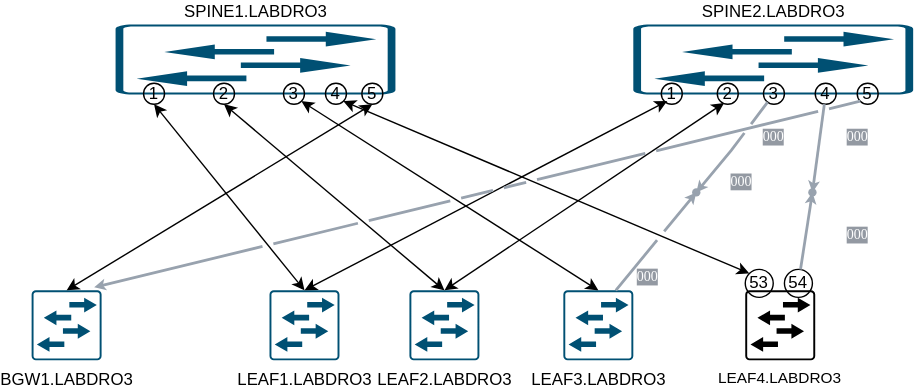
The draw.io diagram distri_lab.svg in thedenman/flow, before a commit. Source tidied: cells renumbered, new cells last; positions are measured from the earlier drawing's top-left corner, leaving out a move shared by most shapes.
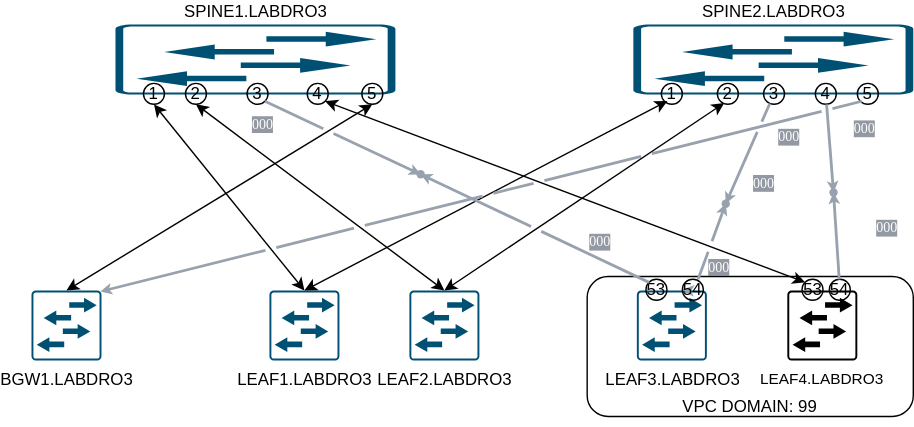
Later version of the same file.

Diff of the diagram source:
```diff
@@ -2,9 +2,9 @@
   <root>
     <mxCell id="0" />
     <mxCell id="1" parent="0" />
-    <mxCell id="2" value="BGW1.LABDRO3" style="sketch=0;points=[[0.015,0.015,0],[0.985,0.015,0],[0.985,0.985,0],[0.015,0.985,0],[0.25,0,0],[0.5,0,0],[0.75,0,0],[1,0.25,0],[1,0.5,0],[1,0.75,0],[0.75,1,0],[0.5,1,0],[0.25,1,0],[0,0.75,0],[0,0.5,0],[0,0.25,0]];verticalLabelPosition=bottom;html=1;verticalAlign=top;align=center;shape=mxgraph.cisco19.rect;prIcon=l2_switch;fillColor=none;strokeColor=#005073;" parent="1" vertex="1">
-      <mxGeometry y="190" width="50" height="50" as="geometry" />
-    </mxCell>
+    <mxCell id="35" style="rounded=1;whiteSpace=wrap;html=1;" parent="1" vertex="1">
+      <mxGeometry x="397" y="180" width="233" height="100" as="geometry" />
+    </mxCell>
     <mxCell id="3" value="LEAF1.LABDRO3" style="sketch=0;points=[[0.015,0.015,0],[0.985,0.015,0],[0.985,0.985,0],[0.015,0.985,0],[0.25,0,0],[0.5,0,0],[0.75,0,0],[1,0.25,0],[1,0.5,0],[1,0.75,0],[0.75,1,0],[0.5,1,0],[0.25,1,0],[0,0.75,0],[0,0.5,0],[0,0.25,0]];verticalLabelPosition=bottom;html=1;verticalAlign=top;align=center;shape=mxgraph.cisco19.rect;prIcon=l2_switch;fillColor=none;strokeColor=#005073;" parent="1" vertex="1">
       <mxGeometry x="170" y="190" width="50" height="50" as="geometry" />
     </mxCell>
@@ -17,11 +17,11 @@
       <mxGeometry x="270" y="190" width="50" height="50" as="geometry" />
     </mxCell>
     <mxCell id="6" value="LEAF3.LABDRO3" style="sketch=0;points=[[0.015,0.015,0],[0.985,0.015,0],[0.985,0.985,0],[0.015,0.985,0],[0.25,0,0],[0.5,0,0],[0.75,0,0],[1,0.25,0],[1,0.5,0],[1,0.75,0],[0.75,1,0],[0.5,1,0],[0.25,1,0],[0,0.75,0],[0,0.5,0],[0,0.25,0]];verticalLabelPosition=bottom;html=1;verticalAlign=top;align=center;shape=mxgraph.cisco19.rect;prIcon=l2_switch;fillColor=none;strokeColor=#005073;" parent="1" vertex="1">
-      <mxGeometry x="380" y="190" width="50" height="50" as="geometry" />
+      <mxGeometry x="432.5" y="190" width="50" height="50" as="geometry" />
     </mxCell>
     <object id="7" label="&lt;font style=&quot;font-size: 11px;&quot;&gt;LEAF4.LABDRO3&lt;/font&gt;" placeholders="1">
       <mxCell style="verticalLabelPosition=bottom;html=1;verticalAlign=top;align=center;shape=mxgraph.cisco19.rect;prIcon=l2_switch;fillColor=default;strokeColor=default;whiteSpace=wrap;fillStyle=auto;labelPosition=center;fontSize=8;shadow=0;" parent="1" vertex="1">
-        <mxGeometry x="510" y="190" width="50" height="50" as="geometry" />
+        <mxGeometry x="540" y="190" width="50" height="50" as="geometry" />
       </mxCell>
     </object>
     <mxCell id="8" style="endArrow=classic;startArrow=classic;html=1;rounded=0;exitX=0.5;exitY=0;exitDx=0;exitDy=0;exitPerimeter=0;entryX=0.5;entryY=1;entryDx=0;entryDy=0;" parent="1" edge="1" source="3" target="30">
@@ -33,9 +33,6 @@
     <mxCell id="10" style="endArrow=classic;startArrow=classic;html=1;rounded=0;exitX=0.5;exitY=0;exitDx=0;exitDy=0;exitPerimeter=0;entryX=0.5;entryY=1;entryDx=0;entryDy=0;" parent="1" edge="1" source="2" target="27">
       <mxGeometry relative="1" as="geometry" />
     </mxCell>
-    <mxCell id="11" style="endArrow=classic;startArrow=classic;html=1;rounded=0;exitX=0.5;exitY=0;exitDx=0;exitDy=0;exitPerimeter=0;entryX=1;entryY=1;entryDx=0;entryDy=0;" parent="1" edge="1" source="6" target="28">
-      <mxGeometry relative="1" as="geometry" />
-    </mxCell>
     <mxCell id="12" style="endArrow=classic;startArrow=classic;html=1;rounded=0;exitX=0.5;exitY=0;exitDx=0;exitDy=0;exitPerimeter=0;entryX=0.285;entryY=0.844;entryDx=0;entryDy=0;entryPerimeter=0;" parent="1" edge="1" source="3" target="25">
       <mxGeometry relative="1" as="geometry" />
     </mxCell>
@@ -43,13 +40,13 @@
       <mxGeometry relative="1" as="geometry" />
     </mxCell>
     <mxCell id="14" value="54" style="ellipse;whiteSpace=wrap;html=1;fillColor=none;strokeColor=default;" parent="1" vertex="1">
-      <mxGeometry x="538" y="175" width="20" height="20" as="geometry" />
+      <mxGeometry x="570" y="182" width="15" height="15" as="geometry" />
     </mxCell>
     <mxCell id="15" value="SPINE2.LABDRO3" style="sketch=0;verticalLabelPosition=top;html=1;verticalAlign=bottom;align=center;shape=mxgraph.cisco19.rect;prIcon=l2_switch;fillColor=none;strokeColor=#005073;labelPosition=center;" parent="1" vertex="1">
       <mxGeometry x="430" width="200" height="50" as="geometry" />
     </mxCell>
     <mxCell id="16" value="53" style="ellipse;whiteSpace=wrap;html=1;fillColor=none;strokeColor=default;" parent="1" vertex="1">
-      <mxGeometry x="510" y="175" width="20" height="20" as="geometry" />
+      <mxGeometry x="550.5" y="182" width="15" height="15" as="geometry" />
     </mxCell>
     <mxCell id="17" style="endArrow=classic;html=1;rounded=0;entryX=0;entryY=0;entryDx=0;entryDy=0;exitX=1;exitY=1;exitDx=0;exitDy=0;endFill=1;startArrow=classic;startFill=1;" parent="1" edge="1" source="19" target="16">
       <mxGeometry relative="1" as="geometry" />
@@ -58,7 +55,7 @@
       <mxGeometry x="560" y="42" width="15" height="15" as="geometry" />
     </mxCell>
     <mxCell id="19" value="4" style="ellipse;whiteSpace=wrap;html=1;fillColor=none;strokeColor=default;" parent="1" vertex="1">
-      <mxGeometry x="210" y="42" width="15" height="15" as="geometry" />
+      <mxGeometry x="197" y="42" width="15" height="15" as="geometry" />
     </mxCell>
     <mxCell id="20" value="000" style="rounded=0;html=1;startSize=6;endArrow=classic;endFill=1;endSize=2;fontSize=10;strokeColor=#98A2AE;fontColor=#FFFFFF;textOpacity=60;labelBackgroundColor=#4D5766;jumpStyle=gap;strokeWidth=2;fontFamily=Google Sans;fontSource=https%3A%2F%2Ffonts.googleapis.com%2Fcss%3Ffamily%3DGoogle%2BSans;" parent="1" edge="1" source="18" target="22">
       <mxGeometry x="-0.38" y="26" relative="1" as="geometry" />
@@ -67,7 +64,7 @@
       <mxGeometry x="0.11" y="-36" relative="1" as="geometry" />
     </mxCell>
     <mxCell id="22" style="shape=waypoint;sketch=0;fillStyle=solid;size=6;points=[];fillColor=none;perimeter=centerPerimeter;snapToPoint=1;strokeColor=#98A2AE;" parent="1" vertex="1">
-      <mxGeometry x="548" y="110" width="20" height="20" as="geometry" />
+      <mxGeometry x="563" y="110" width="20" height="20" as="geometry" />
     </mxCell>
     <mxCell id="23" value="3" style="ellipse;whiteSpace=wrap;html=1;fillColor=none;strokeColor=default;" parent="1" vertex="1">
       <mxGeometry x="523" y="42" width="15" height="15" as="geometry" />
@@ -85,29 +82,51 @@
       <mxGeometry x="236" y="42" width="15" height="15" as="geometry" />
     </mxCell>
     <mxCell id="28" value="3" style="ellipse;whiteSpace=wrap;html=1;fillColor=none;strokeColor=default;" parent="1" vertex="1">
-      <mxGeometry x="180" y="42" width="15" height="15" as="geometry" />
+      <mxGeometry x="154" y="42" width="15" height="15" as="geometry" />
     </mxCell>
     <mxCell id="29" value="2" style="ellipse;whiteSpace=wrap;html=1;fillColor=none;strokeColor=default;" parent="1" vertex="1">
-      <mxGeometry x="130" y="42" width="15" height="15" as="geometry" />
+      <mxGeometry x="110" y="42" width="15" height="15" as="geometry" />
     </mxCell>
     <mxCell id="30" value="1" style="ellipse;whiteSpace=wrap;html=1;fillColor=none;strokeColor=default;" parent="1" vertex="1">
       <mxGeometry x="80" y="42" width="15" height="15" as="geometry" />
     </mxCell>
-    <mxCell id="31" value="000" style="rounded=0;html=1;startSize=6;endArrow=classic;endFill=1;endSize=2;fontSize=10;strokeColor=#98A2AE;fontColor=#FFFFFF;textOpacity=60;labelBackgroundColor=#4D5766;jumpStyle=gap;strokeWidth=2;fontFamily=Google Sans;fontSource=https%3A%2F%2Ffonts.googleapis.com%2Fcss%3Ffamily%3DGoogle%2BSans;exitX=0;exitY=1;exitDx=0;exitDy=0;entryX=0.894;entryY=-0.043;entryDx=0;entryDy=0;entryPerimeter=0;" parent="1" edge="1" source="26" target="2">
-      <mxGeometry x="-0.76" y="10" relative="1" as="geometry" />
+    <mxCell id="31" value="000" style="rounded=0;html=1;startSize=6;endArrow=classic;endFill=1;endSize=2;fontSize=10;strokeColor=#98A2AE;fontColor=#FFFFFF;textOpacity=60;labelBackgroundColor=#4D5766;jumpStyle=gap;strokeWidth=2;fontFamily=Google Sans;fontSource=https%3A%2F%2Ffonts.googleapis.com%2Fcss%3Ffamily%3DGoogle%2BSans;exitX=0;exitY=1;exitDx=0;exitDy=0;entryX=0.985;entryY=0.015;entryDx=0;entryDy=0;entryPerimeter=0;" parent="1" edge="1" target="2">
+      <mxGeometry x="-0.8" y="12" relative="1" as="geometry">
+        <mxPoint x="593.2" y="54.8" as="sourcePoint" />
+      </mxGeometry>
     </mxCell>
     <mxCell id="32" value="000" style="rounded=0;html=1;startSize=6;endArrow=classic;endFill=1;endSize=2;fontSize=10;strokeColor=#98A2AE;fontColor=#FFFFFF;textOpacity=60;labelBackgroundColor=#4D5766;jumpStyle=gap;strokeWidth=2;fontFamily=Google Sans;fontSource=https%3A%2F%2Ffonts.googleapis.com%2Fcss%3Ffamily%3DGoogle%2BSans;entryX=0.3;entryY=0.55;entryDx=0;entryDy=0;entryPerimeter=0;" parent="1" edge="1" source="23" target="33">
-      <mxGeometry x="0.35" y="19" relative="1" as="geometry">
-        <Array as="points">
-          <mxPoint x="500" y="90" />
-        </Array>
-      </mxGeometry>
+      <mxGeometry x="0.35" y="19" relative="1" as="geometry" />
     </mxCell>
     <mxCell id="33" style="shape=waypoint;sketch=0;fillStyle=solid;size=6;points=[];fillColor=none;perimeter=centerPerimeter;snapToPoint=1;strokeColor=#98A2AE;" parent="1" vertex="1">
-      <mxGeometry x="465" y="110" width="20" height="20" as="geometry" />
+      <mxGeometry x="486" y="118" width="20" height="20" as="geometry" />
     </mxCell>
-    <mxCell id="34" value="000" style="rounded=0;html=1;startSize=6;endArrow=classic;endFill=1;endSize=2;fontSize=10;strokeColor=#98A2AE;fontColor=#FFFFFF;textOpacity=60;labelBackgroundColor=#4D5766;jumpStyle=gap;strokeWidth=2;fontFamily=Google Sans;fontSource=https%3A%2F%2Ffonts.googleapis.com%2Fcss%3Ffamily%3DGoogle%2BSans;exitX=0.75;exitY=0;exitDx=0;exitDy=0;exitPerimeter=0;" parent="1" edge="1" source="6" target="33">
+    <mxCell id="34" value="000" style="rounded=0;html=1;startSize=6;endArrow=classic;endFill=1;endSize=2;fontSize=10;strokeColor=#98A2AE;fontColor=#FFFFFF;textOpacity=60;labelBackgroundColor=#4D5766;jumpStyle=gap;strokeWidth=2;fontFamily=Google Sans;fontSource=https%3A%2F%2Ffonts.googleapis.com%2Fcss%3Ffamily%3DGoogle%2BSans;exitX=0.75;exitY=0;exitDx=0;exitDy=0;exitPerimeter=0;" parent="1" edge="1" source="39" target="33">
       <mxGeometry x="-0.51" y="-11" relative="1" as="geometry" />
     </mxCell>
+    <mxCell id="2" value="BGW1.LABDRO3" style="sketch=0;points=[[0.015,0.015,0],[0.985,0.015,0],[0.985,0.985,0],[0.015,0.985,0],[0.25,0,0],[0.5,0,0],[0.75,0,0],[1,0.25,0],[1,0.5,0],[1,0.75,0],[0.75,1,0],[0.5,1,0],[0.25,1,0],[0,0.75,0],[0,0.5,0],[0,0.25,0]];verticalLabelPosition=bottom;html=1;verticalAlign=top;align=center;shape=mxgraph.cisco19.rect;prIcon=l2_switch;fillColor=none;strokeColor=#005073;" parent="1" vertex="1">
+      <mxGeometry y="190" width="50" height="50" as="geometry" />
+    </mxCell>
+    <mxCell id="36" value="VPC DOMAIN: 99" style="text;html=1;align=center;verticalAlign=middle;strokeColor=none;fillColor=none;" parent="1" vertex="1">
+      <mxGeometry x="453" y="258" width="120" height="30" as="geometry" />
+    </mxCell>
+    <mxCell id="37" value="53" style="ellipse;whiteSpace=wrap;html=1;fillColor=none;strokeColor=default;" parent="1" vertex="1">
+      <mxGeometry x="439" y="182" width="15" height="15" as="geometry" />
+    </mxCell>
+    <mxCell id="38" style="rounded=0;html=1;startSize=6;endArrow=classic;endFill=1;endSize=2;fontSize=10;strokeColor=#98A2AE;fontColor=#FFFFFF;textOpacity=60;labelBackgroundColor=#4D5766;jumpStyle=gap;strokeWidth=2;fontFamily=Google Sans;fontSource=https%3A%2F%2Ffonts.googleapis.com%2Fcss%3Ffamily%3DGoogle%2BSans;exitX=0.75;exitY=0;exitDx=0;exitDy=0;exitPerimeter=0;" parent="1" edge="1" source="6" target="39">
+      <mxGeometry x="-0.51" y="-11" relative="1" as="geometry" />
+    </mxCell>
+    <mxCell id="39" value="54" style="ellipse;whiteSpace=wrap;html=1;fillColor=none;strokeColor=default;" parent="1" vertex="1">
+      <mxGeometry x="465" y="182" width="15" height="15" as="geometry" />
+    </mxCell>
+    <mxCell id="40" value="000" style="rounded=0;html=1;startSize=6;endArrow=classic;endFill=1;endSize=2;fontSize=10;strokeColor=#98A2AE;fontColor=#FFFFFF;textOpacity=60;labelBackgroundColor=#4D5766;jumpStyle=gap;strokeWidth=2;fontFamily=Google Sans;fontSource=https%3A%2F%2Ffonts.googleapis.com%2Fcss%3Ffamily%3DGoogle%2BSans;exitX=0;exitY=0;exitDx=0;exitDy=0;" parent="1" edge="1" source="37" target="41">
+      <mxGeometry x="-0.51" y="-11" relative="1" as="geometry" />
+    </mxCell>
+    <mxCell id="41" style="shape=waypoint;sketch=0;fillStyle=solid;size=6;points=[];fillColor=none;perimeter=centerPerimeter;snapToPoint=1;strokeColor=#98A2AE;" parent="1" vertex="1">
+      <mxGeometry x="268" y="97" width="20" height="20" as="geometry" />
+    </mxCell>
+    <mxCell id="42" value="000" style="rounded=0;html=1;startSize=6;endArrow=classic;endFill=1;endSize=2;fontSize=10;strokeColor=#98A2AE;fontColor=#FFFFFF;textOpacity=60;labelBackgroundColor=#4D5766;jumpStyle=gap;strokeWidth=2;fontFamily=Google Sans;fontSource=https%3A%2F%2Ffonts.googleapis.com%2Fcss%3Ffamily%3DGoogle%2BSans;exitX=1;exitY=1;exitDx=0;exitDy=0;" parent="1" edge="1" source="28" target="41">
+      <mxGeometry x="-0.92" y="-15" relative="1" as="geometry" />
+    </mxCell>
   </root>
 </mxGraphModel>
```
